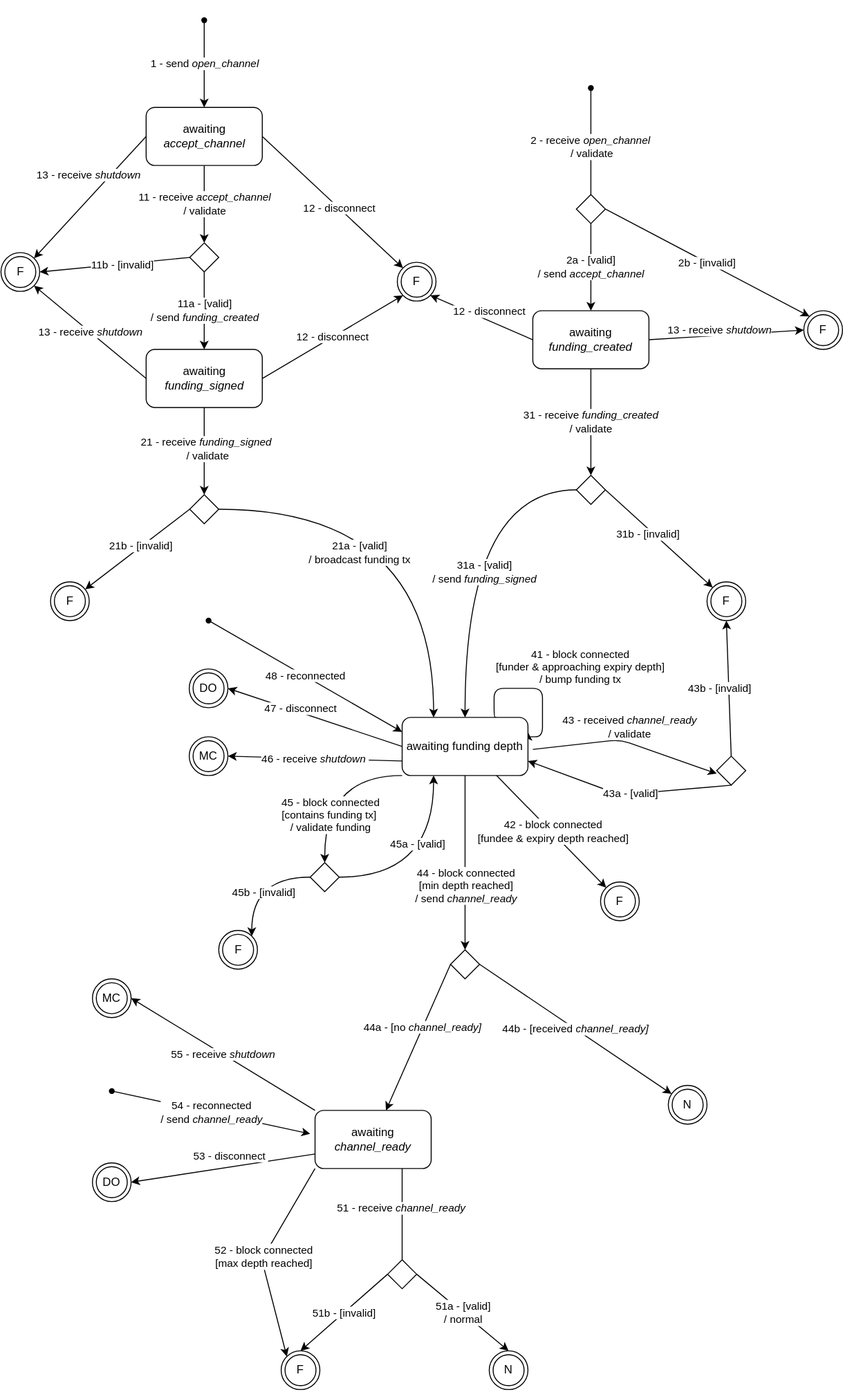
Before: docs/ConnectedOpenChannel.svg, a diagram exported from draw.io (node-lightning/node-lightning). Source tidied: cells renumbered, new cells last; positions are measured from the earlier drawing's top-left corner, leaving out a move shared by most shapes.
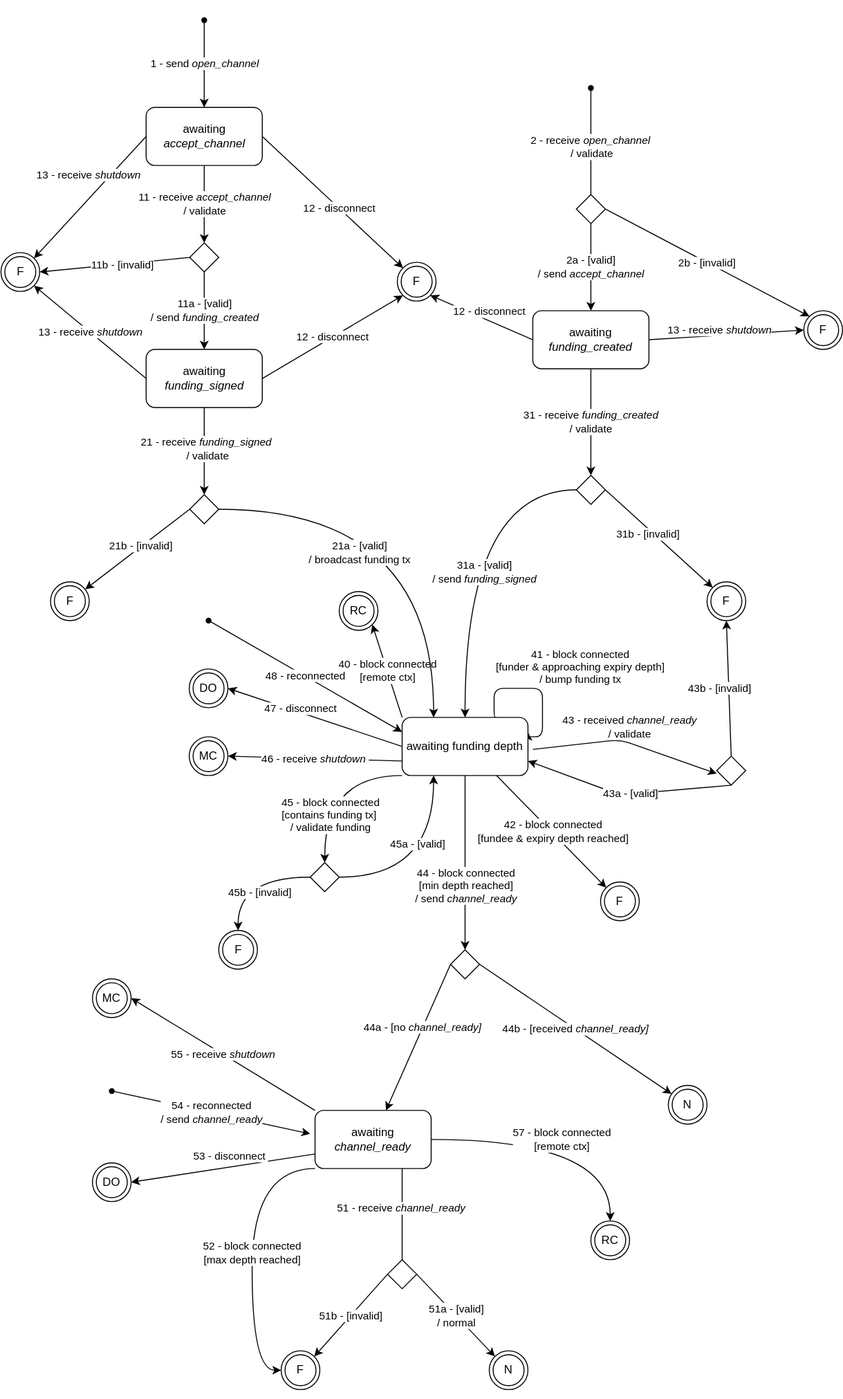
The same diagram one commit later.

Commit message:
docs: update open to look for unilateral close

Diff of the diagram source:
```diff
@@ -78,6 +78,9 @@
         <mxPoint x="44" y="-24" as="offset" />
       </mxGeometry>
     </mxCell>
+    <mxCell id="95" value="40 - block connected&lt;br&gt;[remote ctx]" style="rounded=0;jettySize=auto;html=1;exitX=0;exitY=0;exitDx=0;exitDy=0;entryX=1;entryY=1;entryDx=0;entryDy=0;" parent="1" edge="1" source="18" target="98">
+      <mxGeometry relative="1" as="geometry" />
+    </mxCell>
     <mxCell id="18" value="awaiting funding depth" style="whiteSpace=wrap;html=1;rounded=1;" parent="1" vertex="1">
       <mxGeometry x="415" y="740" width="130" height="60" as="geometry" />
     </mxCell>
@@ -131,22 +134,26 @@
         <mxPoint x="22" y="-13" as="offset" />
       </mxGeometry>
     </mxCell>
-    <mxCell id="32" value="51a - [valid]&lt;br&gt;/ normal" style="edgeStyle=none;jettySize=auto;html=1;exitX=1;exitY=0.5;exitDx=0;exitDy=0;entryX=0.5;entryY=0;entryDx=0;entryDy=0;elbow=vertical;startArrow=none;" parent="1" edge="1" source="40" target="71">
+    <mxCell id="32" value="51a - [valid]&lt;br&gt;/ normal" style="edgeStyle=none;jettySize=auto;html=1;exitX=1;exitY=0.5;exitDx=0;exitDy=0;entryX=0;entryY=0;entryDx=0;entryDy=0;elbow=vertical;startArrow=none;" parent="1" edge="1" source="40" target="71">
       <mxGeometry relative="1" as="geometry" />
     </mxCell>
     <mxCell id="33" value="55 - receive &lt;i&gt;shutdown&lt;br&gt;&lt;/i&gt;" style="rounded=0;jettySize=auto;html=1;exitX=0;exitY=0;exitDx=0;exitDy=0;entryX=1;entryY=0.5;entryDx=0;entryDy=0;" parent="1" edge="1" source="36" target="68">
       <mxGeometry relative="1" as="geometry" />
     </mxCell>
-    <mxCell id="34" value="51b - [invalid]" style="edgeStyle=none;rounded=0;jettySize=auto;html=1;exitX=0;exitY=0.5;exitDx=0;exitDy=0;entryX=0.5;entryY=0;entryDx=0;entryDy=0;" parent="1" edge="1" source="40" target="43">
+    <mxCell id="34" value="51b - [invalid]" style="edgeStyle=none;rounded=0;jettySize=auto;html=1;exitX=0;exitY=0.5;exitDx=0;exitDy=0;entryX=1;entryY=0;entryDx=0;entryDy=0;" parent="1" edge="1" source="40" target="43">
       <mxGeometry relative="1" as="geometry" />
     </mxCell>
-    <mxCell id="35" value="52 - block connected&lt;br&gt;[max depth reached]" style="edgeStyle=none;rounded=0;jettySize=auto;html=1;exitX=0;exitY=1;exitDx=0;exitDy=0;entryX=0;entryY=0;entryDx=0;entryDy=0;" parent="1" edge="1" source="36" target="43">
+    <mxCell id="35" value="52 - block connected&lt;br&gt;[max depth reached]" style="edgeStyle=orthogonalEdgeStyle;rounded=0;jettySize=auto;html=1;exitX=0;exitY=1;exitDx=0;exitDy=0;entryX=0;entryY=0.5;entryDx=0;entryDy=0;curved=1;" parent="1" edge="1" source="36" target="43">
       <mxGeometry relative="1" as="geometry">
         <Array as="points">
-          <mxPoint x="270" y="1300" />
+          <mxPoint x="260" y="1206" />
+          <mxPoint x="260" y="1414" />
         </Array>
       </mxGeometry>
     </mxCell>
+    <mxCell id="96" value="57 - block connected&lt;br&gt;[remote ctx]" style="rounded=0;jettySize=auto;html=1;exitX=1;exitY=0.5;exitDx=0;exitDy=0;entryX=0.5;entryY=0;entryDx=0;entryDy=0;edgeStyle=orthogonalEdgeStyle;curved=1;" parent="1" edge="1" source="36" target="97">
+      <mxGeometry relative="1" as="geometry" />
+    </mxCell>
     <mxCell id="36" value="awaiting &lt;i&gt;channel_ready&lt;/i&gt;" style="whiteSpace=wrap;html=1;rounded=1;" parent="1" vertex="1">
       <mxGeometry x="325" y="1145.9" width="120" height="60" as="geometry" />
     </mxCell>
@@ -248,7 +255,7 @@
         <mxPoint x="-15" y="-33" as="offset" />
       </mxGeometry>
     </mxCell>
-    <mxCell id="65" style="rounded=0;jettySize=auto;html=1;exitX=0;exitY=0.5;exitDx=0;exitDy=0;entryX=1;entryY=0;entryDx=0;entryDy=0;edgeStyle=orthogonalEdgeStyle;curved=1;" parent="1" edge="1" source="67" target="70">
+    <mxCell id="65" style="rounded=0;jettySize=auto;html=1;exitX=0;exitY=0.5;exitDx=0;exitDy=0;entryX=0.5;entryY=0;entryDx=0;entryDy=0;edgeStyle=orthogonalEdgeStyle;curved=1;" parent="1" edge="1" source="67" target="70">
       <mxGeometry relative="1" as="geometry" />
     </mxCell>
     <mxCell id="66" value="45b - [invalid]" style="edgeLabel;html=1;align=center;verticalAlign=middle;" parent="65" vertex="1">
@@ -344,5 +351,11 @@
         <mxPoint x="210.5" y="20" as="sourcePoint" />
       </mxGeometry>
     </mxCell>
+    <mxCell id="97" value="RC" style="ellipse;shape=doubleEllipse;whiteSpace=wrap;html=1;" parent="1" vertex="1">
+      <mxGeometry x="610" y="1260" width="40" height="40" as="geometry" />
+    </mxCell>
+    <mxCell id="98" value="RC" style="ellipse;shape=doubleEllipse;whiteSpace=wrap;html=1;" parent="1" vertex="1">
+      <mxGeometry x="350" y="610" width="40" height="40" as="geometry" />
+    </mxCell>
   </root>
 </mxGraphModel>
```
